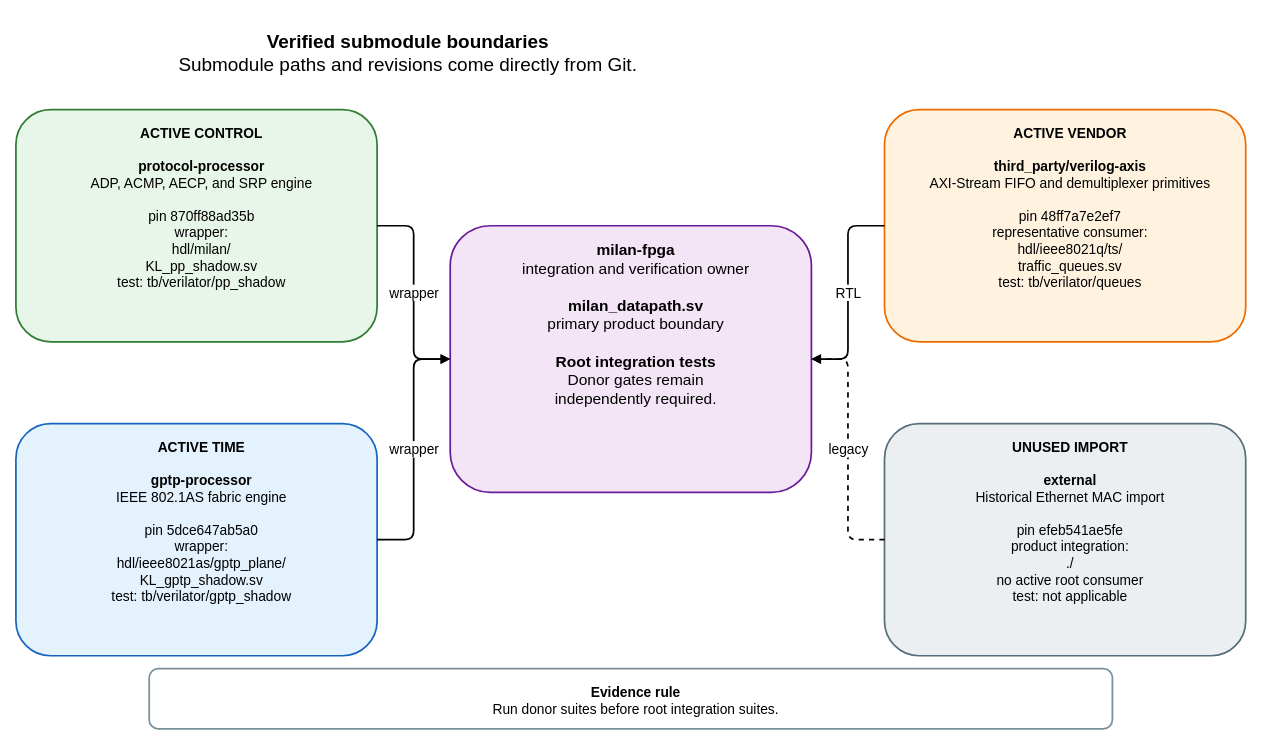
Above: docs/diagrams/submodule_boundaries.drawio in kebag-logic/milan-fpga (draw.io), before the change. Source tidied: cells renumbered, new cells numbered last; positions are measured from the earlier drawing's top-left corner, leaving out a move shared by most shapes. Both pictures are drawn from the tidied source at 86%, with x=0, y=0 at pixel (15, 15).
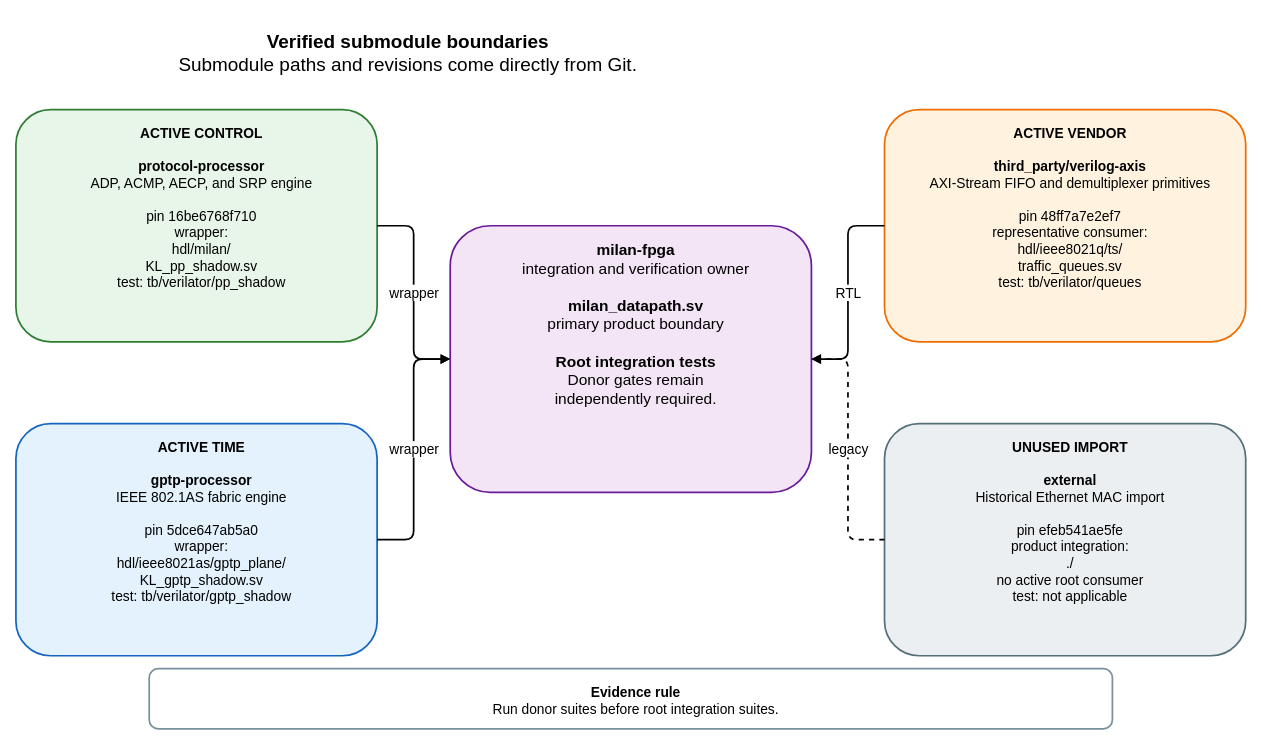
After the change.

Commit message (it also covers changes not shown here):
Adopt protocol processor pin 16be6768

Change to the diagram source:
```diff
@@
 <mxGraphModel>
   <root>
     <mxCell id="0" />
     <mxCell id="1" parent="0" />
     <mxCell id="2" value="&lt;b&gt;Verified submodule boundaries&lt;/b&gt;&lt;br&gt;Submodule paths and revisions come directly from Git." style="rounded=1;whiteSpace=wrap;html=1;verticalAlign=top;spacingTop=12;spacingLeft=12;fontSize=22;fontFamily=Helvetica;fillColor=none;strokeColor=none;strokeWidth=2;" parent="1" vertex="1">
       <mxGeometry width="900" height="65" as="geometry" />
     </mxCell>
     <mxCell id="3" value="&lt;b&gt;milan-fpga&lt;/b&gt;&lt;br&gt;integration and verification owner&lt;br&gt;&lt;br&gt;&lt;b&gt;milan_datapath.sv&lt;/b&gt;&lt;br&gt;primary product boundary&lt;br&gt;&lt;br&gt;&lt;b&gt;Root integration tests&lt;/b&gt;&lt;br&gt;Donor gates remain&lt;br&gt;independently required." style="rounded=1;whiteSpace=wrap;html=1;verticalAlign=top;spacingTop=12;spacingLeft=12;fontSize=18;fontFamily=Helvetica;fillColor=#F3E5F5;strokeColor=#6A1B9A;strokeWidth=2;" parent="1" vertex="1">
       <mxGeometry x="505" y="245" width="420" height="310" as="geometry" />
     </mxCell>
-    <mxCell id="4" value="&lt;b&gt;ACTIVE CONTROL&lt;/b&gt;&lt;br&gt;&lt;br&gt;&lt;b&gt;protocol-processor&lt;/b&gt;&lt;br&gt;ADP, ACMP, AECP, and SRP engine&lt;br&gt;&lt;br&gt;pin 870ff88ad35b&lt;br&gt;wrapper:&lt;br&gt;hdl/milan/&lt;br&gt;KL_pp_shadow.sv&lt;br&gt;test: tb/verilator/pp_shadow" style="rounded=1;whiteSpace=wrap;html=1;verticalAlign=top;spacingTop=12;spacingLeft=12;fontSize=16;fontFamily=Helvetica;fillColor=#E8F5E9;strokeColor=#2E7D32;strokeWidth=2;" parent="1" vertex="1">
+    <mxCell id="4" value="&lt;b&gt;ACTIVE CONTROL&lt;/b&gt;&lt;br&gt;&lt;br&gt;&lt;b&gt;protocol-processor&lt;/b&gt;&lt;br&gt;ADP, ACMP, AECP, and SRP engine&lt;br&gt;&lt;br&gt;pin 16be6768f710&lt;br&gt;wrapper:&lt;br&gt;hdl/milan/&lt;br&gt;KL_pp_shadow.sv&lt;br&gt;test: tb/verilator/pp_shadow" style="rounded=1;whiteSpace=wrap;html=1;verticalAlign=top;spacingTop=12;spacingLeft=12;fontSize=16;fontFamily=Helvetica;fillColor=#E8F5E9;strokeColor=#2E7D32;strokeWidth=2;" parent="1" vertex="1">
       <mxGeometry y="110" width="420" height="270" as="geometry" />
     </mxCell>
     <mxCell id="5" value="&lt;b&gt;ACTIVE TIME&lt;/b&gt;&lt;br&gt;&lt;br&gt;&lt;b&gt;gptp-processor&lt;/b&gt;&lt;br&gt;IEEE 802.1AS fabric engine&lt;br&gt;&lt;br&gt;pin 5dce647ab5a0&lt;br&gt;wrapper:&lt;br&gt;hdl/ieee8021as/gptp_plane/&lt;br&gt;KL_gptp_shadow.sv&lt;br&gt;test: tb/verilator/gptp_shadow" style="rounded=1;whiteSpace=wrap;html=1;verticalAlign=top;spacingTop=12;spacingLeft=12;fontSize=16;fontFamily=Helvetica;fillColor=#E3F2FD;strokeColor=#1565C0;strokeWidth=2;" parent="1" vertex="1">
       <mxGeometry y="475" width="420" height="270" as="geometry" />
     </mxCell>
     <mxCell id="6" value="&lt;b&gt;ACTIVE VENDOR&lt;/b&gt;&lt;br&gt;&lt;br&gt;&lt;b&gt;third_party/verilog-axis&lt;/b&gt;&lt;br&gt;AXI-Stream FIFO and demultiplexer primitives&lt;br&gt;&lt;br&gt;pin 48ff7a7e2ef7&lt;br&gt;representative consumer:&lt;br&gt;hdl/ieee8021q/ts/&lt;br&gt;traffic_queues.sv&lt;br&gt;test: tb/verilator/queues" style="rounded=1;whiteSpace=wrap;html=1;verticalAlign=top;spacingTop=12;spacingLeft=12;fontSize=16;fontFamily=Helvetica;fillColor=#FFF3E0;strokeColor=#EF6C00;strokeWidth=2;" parent="1" vertex="1">
       <mxGeometry x="1010" y="110" width="420" height="270" as="geometry" />
     </mxCell>
     <mxCell id="7" value="&lt;b&gt;UNUSED IMPORT&lt;/b&gt;&lt;br&gt;&lt;br&gt;&lt;b&gt;external&lt;/b&gt;&lt;br&gt;Historical Ethernet MAC import&lt;br&gt;&lt;br&gt;pin efeb541ae5fe&lt;br&gt;product integration:&lt;br&gt;./&lt;br&gt;no active root consumer&lt;br&gt;test: not applicable" style="rounded=1;whiteSpace=wrap;html=1;verticalAlign=top;spacingTop=12;spacingLeft=12;fontSize=16;fontFamily=Helvetica;fillColor=#ECEFF1;strokeColor=#546E7A;strokeWidth=2;" parent="1" vertex="1">
       <mxGeometry x="1010" y="475" width="420" height="270" as="geometry" />
     </mxCell>
     <mxCell id="8" value="wrapper" style="edgeStyle=orthogonalEdgeStyle;rounded=1;jettySize=auto;html=1;endArrow=block;endFill=1;strokeWidth=2;fontSize=16;fontFamily=Helvetica;labelBackgroundColor=#FFFFFF;" parent="1" edge="1" source="4" target="3">
       <mxGeometry relative="1" as="geometry" />
     </mxCell>
     <mxCell id="9" value="wrapper" style="edgeStyle=orthogonalEdgeStyle;rounded=1;jettySize=auto;html=1;endArrow=block;endFill=1;strokeWidth=2;fontSize=16;fontFamily=Helvetica;labelBackgroundColor=#FFFFFF;" parent="1" edge="1" source="5" target="3">
       <mxGeometry relative="1" as="geometry" />
     </mxCell>
     <mxCell id="10" value="RTL" style="edgeStyle=orthogonalEdgeStyle;rounded=1;jettySize=auto;html=1;endArrow=block;endFill=1;strokeWidth=2;fontSize=16;fontFamily=Helvetica;labelBackgroundColor=#FFFFFF;" parent="1" edge="1" source="6" target="3">
       <mxGeometry relative="1" as="geometry" />
     </mxCell>
     <mxCell id="11" value="legacy" style="edgeStyle=orthogonalEdgeStyle;rounded=1;jettySize=auto;html=1;endArrow=block;endFill=1;strokeWidth=2;fontSize=16;fontFamily=Helvetica;labelBackgroundColor=#FFFFFF;dashed=1;" parent="1" edge="1" source="7" target="3">
       <mxGeometry relative="1" as="geometry" />
     </mxCell>
     <mxCell id="12" value="&lt;b&gt;Evidence rule&lt;/b&gt;&lt;br&gt;Run donor suites before root integration suites." style="rounded=1;whiteSpace=wrap;html=1;verticalAlign=top;spacingTop=12;spacingLeft=12;fontSize=16;fontFamily=Helvetica;fillColor=#FFFFFF;strokeColor=#78909C;strokeWidth=2;" parent="1" vertex="1">
       <mxGeometry x="155" y="760" width="1120" height="70" as="geometry" />
     </mxCell>
   </root>
 </mxGraphModel>
```
